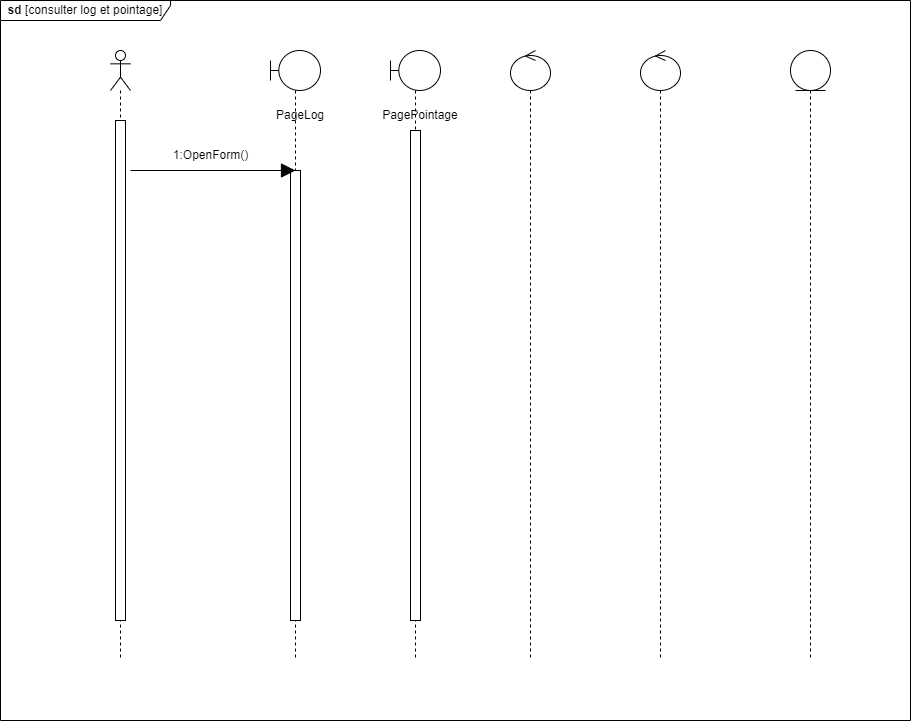
Siluearsene/borne_biometrique keeps this draw.io diagram as static/Diagramme des séquences conceptuel  log et pointage .drawio.png. Above is the earlier version. Source tidied: cells renumbered, new cells last; positions are measured from the earlier drawing's top-left corner, leaving out a move shared by most shapes.
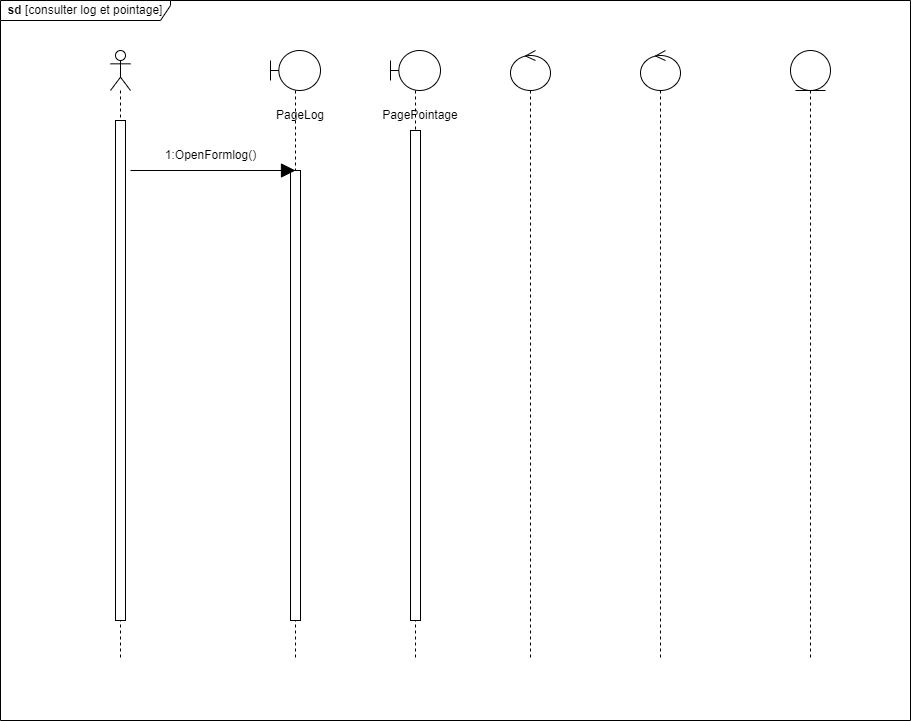
After the commit.

Commit message:
Mettre à jour Diagramme des séquences conceptuel  log et pointage .drawio.png

The edit, as a diff of the source:
```diff
@@ -29,8 +29,8 @@
         <mxPoint x="295" y="170" as="targetPoint" />
       </mxGeometry>
     </mxCell>
-    <mxCell id="10" value="1:OpenForm()" style="text;html=1;align=center;verticalAlign=middle;strokeColor=none;fillColor=none;" parent="1" vertex="1">
-      <mxGeometry x="160" y="140" width="100" height="30" as="geometry" />
+    <mxCell id="10" value="1:OpenFormlog()" style="text;html=1;align=center;verticalAlign=middle;strokeColor=none;fillColor=none;" parent="1" vertex="1">
+      <mxGeometry x="155" y="140" width="110" height="30" as="geometry" />
     </mxCell>
     <mxCell id="11" value="&lt;b&gt;sd&lt;/b&gt; [consulter log et pointage]" style="shape=umlFrame;whiteSpace=wrap;html=1;width=170;height=20;" parent="1" vertex="1">
       <mxGeometry width="910" height="720" as="geometry" />
```
